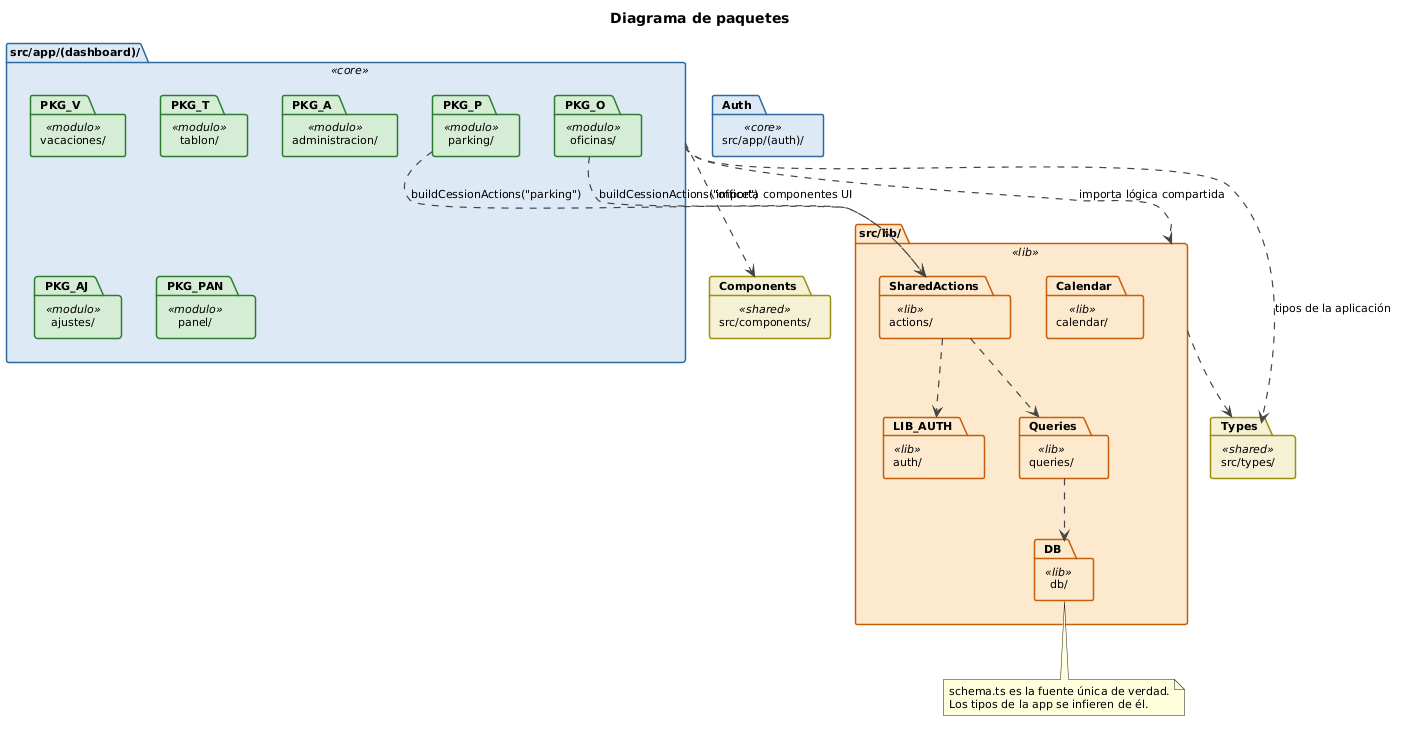
Earlier version of the PlantUML export modelosUML/png/paquetes.png (lostal/seven-suite). Source of this version:
```plantuml
@startuml paquetes

skinparam defaultFontName Arial
skinparam defaultFontSize 11
skinparam packageBorderThickness 1.5
skinparam arrowThickness 1.2
skinparam arrowColor #444444
skinparam backgroundColor #FFFFFF

skinparam package {
  BackgroundColor<<modulo>>  #d5ecd4
  BorderColor<<modulo>>      #2e7d32
  BackgroundColor<<lib>>     #fde8cc
  BorderColor<<lib>>         #c45e0a
  BackgroundColor<<core>>    #dce8f5
  BorderColor<<core>>        #2d6a9f
  BackgroundColor<<shared>>  #f5f0d5
  BorderColor<<shared>>      #9c8c10
}

title Diagrama de paquetes

package "src/app/(auth)/" <<core>> as Auth

package "src/app/(dashboard)/" <<core>> as Dashboard {
  package "parking/" <<modulo>> as PKG_P
  package "oficinas/" <<modulo>> as PKG_O
  package "vacaciones/" <<modulo>> as PKG_V
  package "tablon/" <<modulo>> as PKG_T
  package "administracion/" <<modulo>> as PKG_A
  package "ajustes/" <<modulo>> as PKG_AJ
  package "panel/" <<modulo>> as PKG_PAN
}

package "src/lib/" <<lib>> as Lib {
  package "db/" <<lib>> as DB
  package "auth/" <<lib>> as LIB_AUTH
  package "queries/" <<lib>> as Queries
  package "actions/" <<lib>> as SharedActions
  package "calendar/" <<lib>> as Calendar
}

package "src/components/" <<shared>> as Components
package "src/types/" <<shared>> as Types

Dashboard  ..> Lib        : importa lógica compartida
Dashboard  ..> Components : importa componentes UI
Dashboard  ..> Types      : tipos de la aplicación

PKG_P  ..> SharedActions  : buildCessionActions("parking")
PKG_O  ..> SharedActions  : buildCessionActions("office")

SharedActions ..> Queries
SharedActions ..> LIB_AUTH
Queries       ..> DB
Lib           ..> Types

note bottom of DB
  schema.ts es la fuente única de verdad.
  Los tipos de la app se infieren de él.
end note

@enduml
```
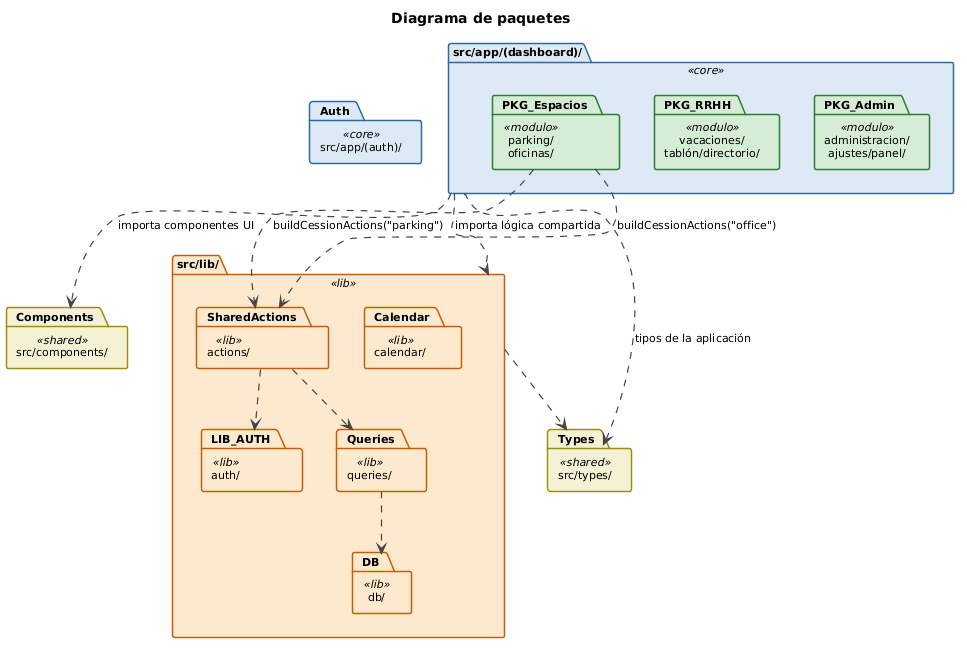
After the commit.

Diff of the diagram source:
```diff
@@ -1,5 +1,4 @@
-@startuml paquetes
-
+@startuml
 skinparam defaultFontName Arial
 skinparam defaultFontSize 11
 skinparam packageBorderThickness 1.5
@@ -23,13 +22,9 @@
 package "src/app/(auth)/" <<core>> as Auth
 
 package "src/app/(dashboard)/" <<core>> as Dashboard {
-  package "parking/" <<modulo>> as PKG_P
-  package "oficinas/" <<modulo>> as PKG_O
-  package "vacaciones/" <<modulo>> as PKG_V
-  package "tablon/" <<modulo>> as PKG_T
-  package "administracion/" <<modulo>> as PKG_A
-  package "ajustes/" <<modulo>> as PKG_AJ
-  package "panel/" <<modulo>> as PKG_PAN
+  package "parking/\noficinas/" <<modulo>> as PKG_Espacios
+  package "vacaciones/\ntablón/directorio/" <<modulo>> as PKG_RRHH
+  package "administracion/\najustes/panel/" <<modulo>> as PKG_Admin
 }
 
 package "src/lib/" <<lib>> as Lib {
@@ -47,17 +42,11 @@
 Dashboard  ..> Components : importa componentes UI
 Dashboard  ..> Types      : tipos de la aplicación
 
-PKG_P  ..> SharedActions  : buildCessionActions("parking")
-PKG_O  ..> SharedActions  : buildCessionActions("office")
+PKG_Espacios  ..> SharedActions  : buildCessionActions("parking")
+PKG_Espacios  ..> SharedActions  : buildCessionActions("office")
 
 SharedActions ..> Queries
 SharedActions ..> LIB_AUTH
 Queries       ..> DB
 Lib           ..> Types
-
-note bottom of DB
-  schema.ts es la fuente única de verdad.
-  Los tipos de la app se infieren de él.
-end note
-
 @enduml
```
